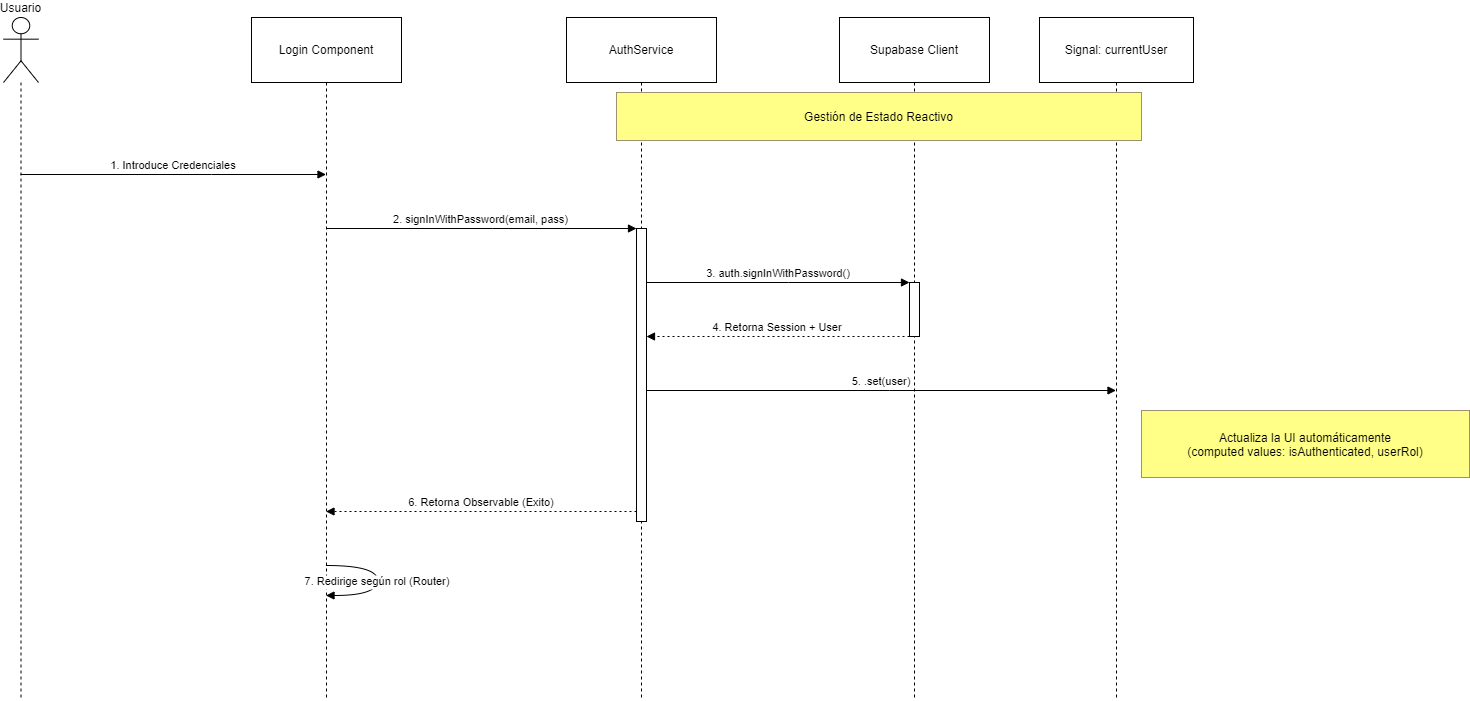
Before: docs/diagramas/secuencias/login.drawio.png, a diagram exported from draw.io (egilp04/TFG_Cuidados). Source tidied: cells renumbered, new cells last; positions are measured from the earlier drawing's top-left corner, leaving out a move shared by most shapes. The source it was exported from:
```xml
<mxGraphModel>
  <root>
    <mxCell id="0" />
    <mxCell id="1" parent="0" />
    <mxCell id="2" value="Usuario" style="shape=umlLifeline;perimeter=lifelinePerimeter;whiteSpace=wrap;outlineConnect=0;portConstraint=eastwest;newEdgeStyle={&quot;edgeStyle&quot;:&quot;elbowEdgeStyle&quot;,&quot;elbow&quot;:&quot;vertical&quot;,&quot;curved&quot;:0,&quot;rounded&quot;:0};participant=umlActor;verticalAlign=bottom;labelPosition=center;verticalLabelPosition=top;align=center;size=65;" parent="1" vertex="1">
      <mxGeometry width="35" height="683" as="geometry" />
    </mxCell>
    <mxCell id="3" value="Login Component" style="shape=umlLifeline;perimeter=lifelinePerimeter;whiteSpace=wrap;outlineConnect=0;portConstraint=eastwest;newEdgeStyle={&quot;edgeStyle&quot;:&quot;elbowEdgeStyle&quot;,&quot;elbow&quot;:&quot;vertical&quot;,&quot;curved&quot;:0,&quot;rounded&quot;:0};size=65;" parent="1" vertex="1">
      <mxGeometry x="248" width="150" height="683" as="geometry" />
    </mxCell>
    <mxCell id="4" value="AuthService" style="shape=umlLifeline;perimeter=lifelinePerimeter;whiteSpace=wrap;newEdgeStyle={&quot;edgeStyle&quot;:&quot;elbowEdgeStyle&quot;,&quot;elbow&quot;:&quot;vertical&quot;,&quot;curved&quot;:0,&quot;rounded&quot;:0};size=65;" parent="1" vertex="1">
      <mxGeometry x="563" width="150" height="683" as="geometry" />
    </mxCell>
    <mxCell id="5" style="points=[];perimeter=orthogonalPerimeter;outlineConnect=0;targetShapes=umlLifeline;portConstraint=eastwest;newEdgeStyle={&quot;edgeStyle&quot;:&quot;elbowEdgeStyle&quot;,&quot;elbow&quot;:&quot;vertical&quot;,&quot;curved&quot;:0,&quot;rounded&quot;:0};" parent="4" vertex="1">
      <mxGeometry x="70" y="211" width="10" height="293" as="geometry" />
    </mxCell>
    <mxCell id="6" value="Supabase Client" style="shape=umlLifeline;perimeter=lifelinePerimeter;whiteSpace=wrap;newEdgeStyle={&quot;edgeStyle&quot;:&quot;elbowEdgeStyle&quot;,&quot;elbow&quot;:&quot;vertical&quot;,&quot;curved&quot;:0,&quot;rounded&quot;:0};size=65;" parent="1" vertex="1">
      <mxGeometry x="836" width="150" height="683" as="geometry" />
    </mxCell>
    <mxCell id="7" style="points=[];perimeter=orthogonalPerimeter;outlineConnect=0;targetShapes=umlLifeline;portConstraint=eastwest;newEdgeStyle={&quot;edgeStyle&quot;:&quot;elbowEdgeStyle&quot;,&quot;elbow&quot;:&quot;vertical&quot;,&quot;curved&quot;:0,&quot;rounded&quot;:0};" parent="6" vertex="1">
      <mxGeometry x="70" y="265" width="10" height="54" as="geometry" />
    </mxCell>
    <mxCell id="8" value="Signal: currentUser" style="shape=umlLifeline;perimeter=lifelinePerimeter;whiteSpace=wrap;outlineConnect=0;portConstraint=eastwest;newEdgeStyle={&quot;edgeStyle&quot;:&quot;elbowEdgeStyle&quot;,&quot;elbow&quot;:&quot;vertical&quot;,&quot;curved&quot;:0,&quot;rounded&quot;:0};size=65;" parent="1" vertex="1">
      <mxGeometry x="1036" width="154" height="683" as="geometry" />
    </mxCell>
    <mxCell id="9" value="1. Introduce Credenciales" style="verticalAlign=bottom;edgeStyle=elbowEdgeStyle;elbow=vertical;curved=0;rounded=0;endArrow=block;" parent="1" edge="1" source="2" target="3">
      <mxGeometry relative="1" as="geometry">
        <Array as="points">
          <mxPoint x="208" y="157" />
        </Array>
      </mxGeometry>
    </mxCell>
    <mxCell id="10" value="2. signInWithPassword(email, pass)" style="verticalAlign=bottom;edgeStyle=elbowEdgeStyle;elbow=vertical;curved=0;rounded=0;endArrow=block;" parent="1" edge="1" source="3" target="5">
      <mxGeometry relative="1" as="geometry">
        <Array as="points">
          <mxPoint x="489" y="211" />
        </Array>
      </mxGeometry>
    </mxCell>
    <mxCell id="11" value="3. auth.signInWithPassword()" style="verticalAlign=bottom;edgeStyle=elbowEdgeStyle;elbow=vertical;curved=0;rounded=0;endArrow=block;" parent="1" edge="1" source="5" target="7">
      <mxGeometry relative="1" as="geometry">
        <Array as="points">
          <mxPoint x="785" y="265" />
        </Array>
      </mxGeometry>
    </mxCell>
    <mxCell id="12" value="4. Retorna Session + User" style="verticalAlign=bottom;edgeStyle=elbowEdgeStyle;elbow=vertical;curved=0;rounded=0;dashed=1;dashPattern=2 3;endArrow=block;" parent="1" edge="1" source="7" target="5">
      <mxGeometry relative="1" as="geometry">
        <Array as="points">
          <mxPoint x="786" y="319" />
        </Array>
      </mxGeometry>
    </mxCell>
    <mxCell id="13" value="5. .set(user)" style="verticalAlign=bottom;edgeStyle=elbowEdgeStyle;elbow=vertical;curved=0;rounded=0;endArrow=block;" parent="1" edge="1" source="5" target="8">
      <mxGeometry relative="1" as="geometry">
        <Array as="points">
          <mxPoint x="886" y="373" />
        </Array>
      </mxGeometry>
    </mxCell>
    <mxCell id="14" value="6. Retorna Observable (Exito)" style="verticalAlign=bottom;edgeStyle=elbowEdgeStyle;elbow=vertical;curved=0;rounded=0;dashed=1;dashPattern=2 3;endArrow=block;" parent="1" edge="1" source="5" target="3">
      <mxGeometry relative="1" as="geometry">
        <Array as="points">
          <mxPoint x="490" y="494" />
        </Array>
      </mxGeometry>
    </mxCell>
    <mxCell id="15" value="7. Redirige según rol (Router)" style="curved=1;endArrow=block;rounded=0;" parent="1" edge="1" source="3" target="3">
      <mxGeometry relative="1" as="geometry">
        <Array as="points">
          <mxPoint x="374" y="548" />
          <mxPoint x="374" y="578" />
        </Array>
      </mxGeometry>
    </mxCell>
    <mxCell id="16" value="Gestión de Estado Reactivo" style="fillColor=#ffff88;strokeColor=#9E916F;" parent="1" vertex="1">
      <mxGeometry x="613" y="75" width="525" height="48" as="geometry" />
    </mxCell>
    <mxCell id="17" value="Actualiza la UI automáticamente&#10;(computed values: isAuthenticated, userRol)" style="fillColor=#ffff88;strokeColor=#9E916F;" parent="1" vertex="1">
      <mxGeometry x="1138" y="393" width="328" height="67" as="geometry" />
    </mxCell>
  </root>
</mxGraphModel>
```
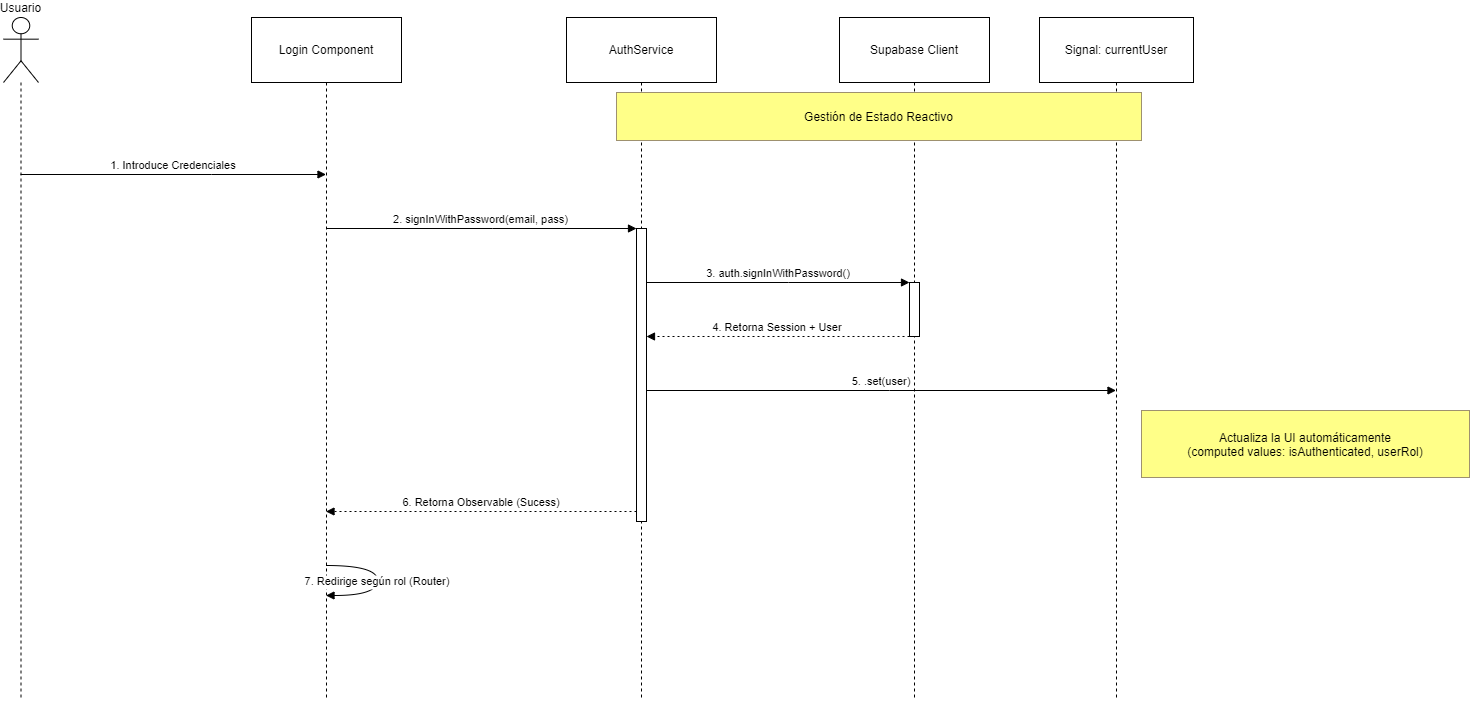
The same file after the commit.

The edit, as a diff of the source:
```diff
@@ -58,7 +58,7 @@
         </Array>
       </mxGeometry>
     </mxCell>
-    <mxCell id="14" value="6. Retorna Observable (Exito)" style="verticalAlign=bottom;edgeStyle=elbowEdgeStyle;elbow=vertical;curved=0;rounded=0;dashed=1;dashPattern=2 3;endArrow=block;" parent="1" edge="1" source="5" target="3">
+    <mxCell id="14" value="6. Retorna Observable (Sucess)" style="verticalAlign=bottom;edgeStyle=elbowEdgeStyle;elbow=vertical;curved=0;rounded=0;dashed=1;dashPattern=2 3;endArrow=block;" parent="1" edge="1" source="5" target="3">
       <mxGeometry relative="1" as="geometry">
         <Array as="points">
           <mxPoint x="490" y="494" />
```
